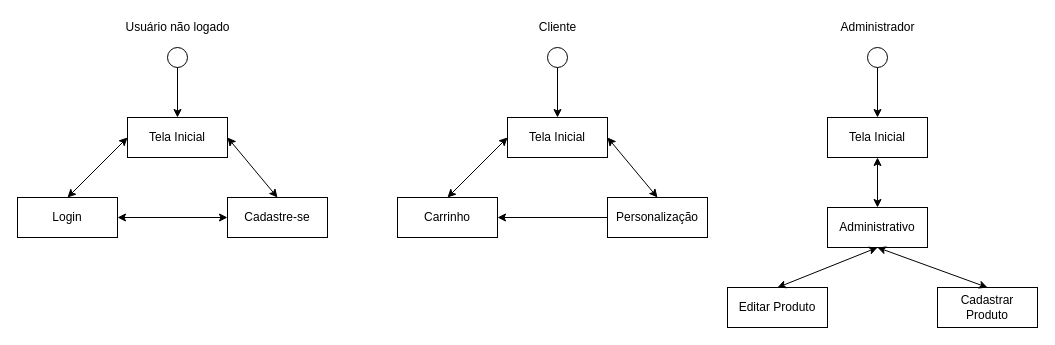
Above: img/documentacao/diagrama-de-navegacao.drawio in brunamagrinidacruz/doce-chamego-store (draw.io), before the change. Source tidied: cells renumbered, new cells numbered last; positions are measured from the earlier drawing's top-left corner, leaving out a move shared by most shapes. Both pictures are drawn from the tidied source at 100%, with x=0, y=0 at pixel (17, 17).
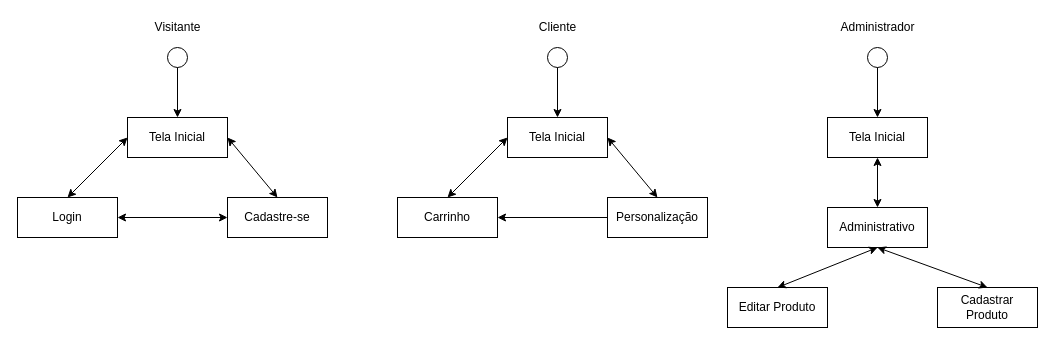
Above is the later version.

Commit message (it also covers changes not shown here):
usuario nao cadastrado -> visitante

The edit, as a diff of the source:
```diff
@@
-    <mxCell id="6" value="Usuário não logado" style="text;html=1;align=center;verticalAlign=middle;strokeColor=none;" parent="1" vertex="1">
-      <mxGeometry x="100" width="120" height="20" as="geometry" />
+    <mxCell id="6" value="Visitante" style="text;html=1;align=center;verticalAlign=middle;strokeColor=none;" parent="1" vertex="1">
+      <mxGeometry x="130" width="60" height="20" as="geometry" />
     </mxCell>
```
